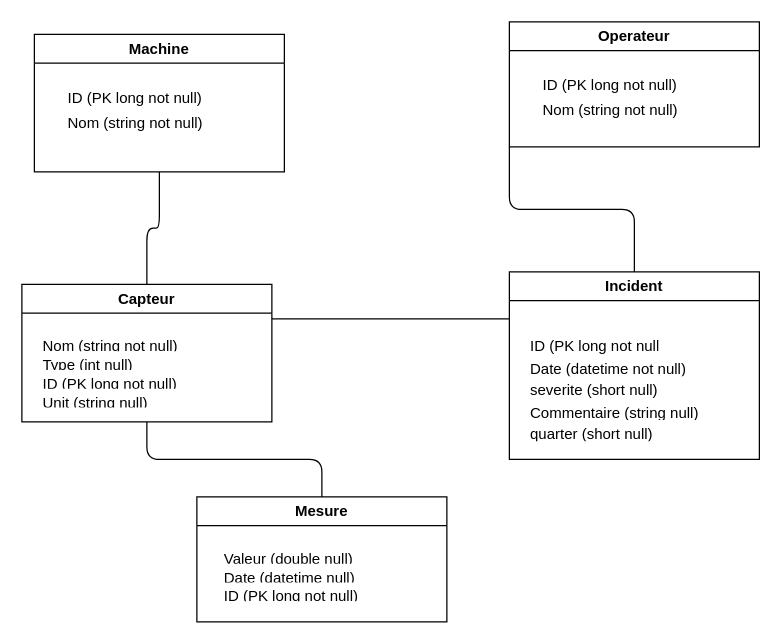
Above: MCD.drawio in marc-proxiel/indusense (draw.io), before the change. Source tidied: cells renumbered, new cells numbered last; positions are measured from the earlier drawing's top-left corner, leaving out a move shared by most shapes. Both pictures are drawn from the tidied source at 125%, with x=0, y=0 at pixel (21, 21).
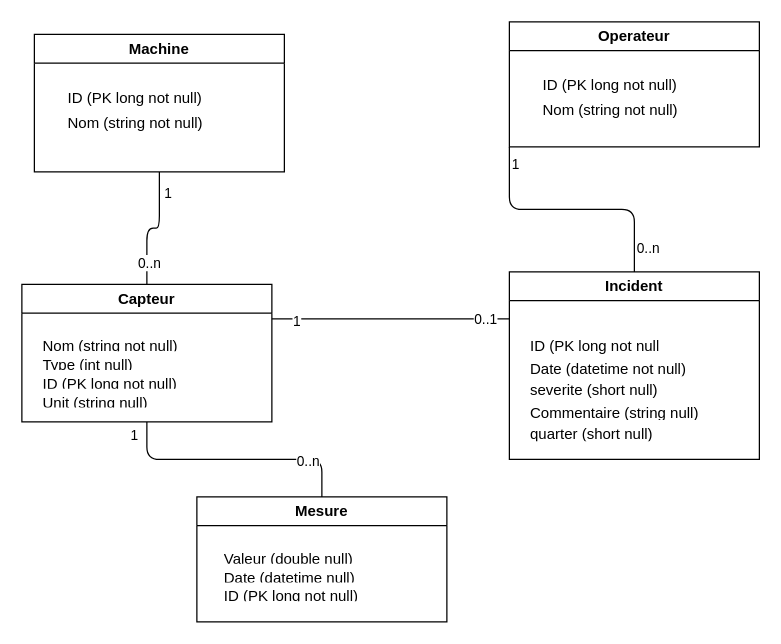
The same diagram, later.

Unchanged cells that the change refers to:
```xml
<mxCell id="48" style="endArrow=none;html=1;exitX=0;exitY=1;exitDx=0;exitDy=0;entryX=0.5;entryY=0;entryDx=0;entryDy=0;edgeStyle=orthogonalEdgeStyle;" parent="1" edge="1" source="2" target="17">
  <mxGeometry relative="1" as="geometry" />
</mxCell>
<mxCell id="49" style="endArrow=none;html=1;entryX=0.5;entryY=1;entryDx=0;entryDy=0;exitX=0.5;exitY=0;exitDx=0;exitDy=0;edgeStyle=orthogonalEdgeStyle;" parent="1" edge="1" source="16" target="10">
  <mxGeometry relative="1" as="geometry" />
</mxCell>
<mxCell id="50" style="endArrow=none;html=1;exitX=0.5;exitY=1;exitDx=0;exitDy=0;entryX=0.5;entryY=0;entryDx=0;entryDy=0;edgeStyle=orthogonalEdgeStyle;" parent="1" edge="1" source="16" target="29">
  <mxGeometry relative="1" as="geometry" />
</mxCell>
<mxCell id="51" style="endArrow=none;html=1;exitX=1;exitY=0.25;exitDx=0;exitDy=0;entryX=0;entryY=0.25;entryDx=0;entryDy=0;" parent="1" edge="1" source="16" target="17">
  <mxGeometry relative="1" as="geometry" />
</mxCell>
```

Change to the diagram source:
```diff
@@
+    <mxCell id="52" value="0..n" style="edgeLabel;html=1;align=center;verticalAlign=middle;" parent="48" vertex="1">
+      <mxGeometry x="0.28" relative="1" as="geometry">
+        <mxPoint x="32" y="30" as="offset" />
+      </mxGeometry>
+    </mxCell>
+    <mxCell id="53" value="1" style="edgeLabel;html=1;align=center;verticalAlign=middle;" parent="48" vertex="1">
+      <mxGeometry x="-0.66" y="1" relative="1" as="geometry">
+        <mxPoint x="3" y="-21" as="offset" />
+      </mxGeometry>
+    </mxCell>
@@
+    <mxCell id="54" value="0..n" style="edgeLabel;html=1;align=center;verticalAlign=middle;" parent="49" vertex="1">
+      <mxGeometry x="-0.64" y="-1" relative="1" as="geometry" />
+    </mxCell>
+    <mxCell id="55" value="1" style="edgeLabel;html=1;align=center;verticalAlign=middle;" parent="49" vertex="1">
+      <mxGeometry x="0.46" y="-2" relative="1" as="geometry">
+        <mxPoint x="4" y="-11" as="offset" />
+      </mxGeometry>
+    </mxCell>
@@
+    <mxCell id="56" value="0..n" style="edgeLabel;html=1;align=center;verticalAlign=middle;" parent="50" vertex="1">
+      <mxGeometry x="0.58" y="-1" relative="1" as="geometry" />
+    </mxCell>
+    <mxCell id="57" value="1" style="edgeLabel;html=1;align=center;verticalAlign=middle;" parent="50" vertex="1">
+      <mxGeometry x="-0.65" y="4" relative="1" as="geometry">
+        <mxPoint x="-16" y="-16" as="offset" />
+      </mxGeometry>
+    </mxCell>
@@
+    <mxCell id="58" value="0..1" style="edgeLabel;html=1;align=center;verticalAlign=middle;" parent="51" vertex="1">
+      <mxGeometry x="0.29" relative="1" as="geometry">
+        <mxPoint x="47" as="offset" />
+      </mxGeometry>
+    </mxCell>
+    <mxCell id="59" value="1" style="edgeLabel;html=1;align=center;verticalAlign=middle;" parent="51" vertex="1">
+      <mxGeometry x="-0.64" y="-2" relative="1" as="geometry">
+        <mxPoint x="-15" as="offset" />
+      </mxGeometry>
+    </mxCell>
```
